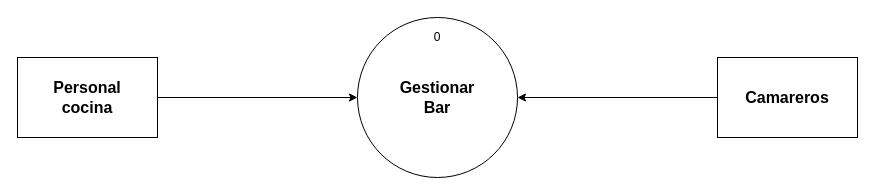
Above: 02_Entornos de desarrollo/UT_3/UT_3_ejercicios/Gestion_Bar.drawio in antgomper/Curso_23-24_DAW (draw.io), before the change. Source tidied: cells renumbered, new cells numbered last; positions are measured from the earlier drawing's top-left corner, leaving out a move shared by most shapes. Both pictures are drawn from the tidied source at 100%, with x=0, y=0 at pixel (17, 17).
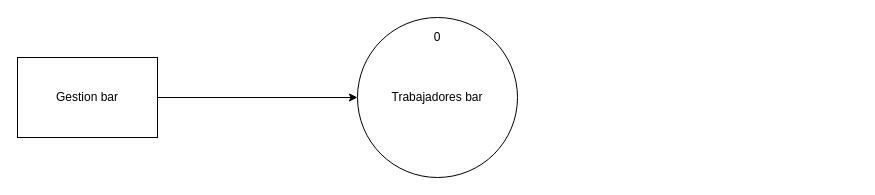
The same diagram, later.

Change to the diagram source:
```diff
@@
 <mxGraphModel>
   <root>
     <mxCell id="0" />
     <mxCell id="1" parent="0" />
-    <mxCell id="2" value="&lt;div&gt;&lt;font style=&quot;font-size: 16px;&quot;&gt;&lt;b&gt;Gestionar&lt;/b&gt;&lt;/font&gt;&lt;/div&gt;&lt;div&gt;&lt;font style=&quot;font-size: 16px;&quot;&gt;&lt;b&gt;Bar&lt;/b&gt;&lt;/font&gt;&lt;/div&gt;" style="ellipse;whiteSpace=wrap;html=1;" parent="1" vertex="1">
+    <mxCell id="2" value="Trabajadores bar" style="ellipse;whiteSpace=wrap;html=1;" parent="1" vertex="1">
       <mxGeometry x="340" width="160" height="160" as="geometry" />
     </mxCell>
-    <mxCell id="3" value="&lt;div&gt;&lt;b&gt;&lt;font style=&quot;font-size: 16px;&quot;&gt;Personal &lt;br&gt;&lt;/font&gt;&lt;/b&gt;&lt;/div&gt;&lt;div&gt;&lt;b&gt;&lt;font style=&quot;font-size: 16px;&quot;&gt;cocina&lt;/font&gt;&lt;/b&gt;&lt;/div&gt;" style="rounded=0;whiteSpace=wrap;html=1;" parent="1" vertex="1">
+    <mxCell id="3" value="Gestion bar" style="rounded=0;whiteSpace=wrap;html=1;" parent="1" vertex="1">
       <mxGeometry y="40" width="140" height="80" as="geometry" />
     </mxCell>
     <mxCell id="4" style="endArrow=classic;html=1;rounded=0;exitX=1;exitY=0.5;exitDx=0;exitDy=0;" parent="1" edge="1" source="3" target="2">
       <mxGeometry relative="1" as="geometry" />
     </mxCell>
-    <mxCell id="5" value="&lt;div&gt;&lt;b&gt;&lt;font style=&quot;font-size: 16px;&quot;&gt;Camareros&lt;/font&gt;&lt;/b&gt;&lt;/div&gt;" style="rounded=0;whiteSpace=wrap;html=1;" parent="1" vertex="1">
-      <mxGeometry x="700" y="40" width="140" height="80" as="geometry" />
-    </mxCell>
-    <mxCell id="6" style="edgeStyle=orthogonalEdgeStyle;rounded=0;jettySize=auto;html=1;exitX=0;exitY=0.5;exitDx=0;exitDy=0;entryX=1;entryY=0.5;entryDx=0;entryDy=0;" parent="1" edge="1" source="5" target="2">
-      <mxGeometry relative="1" as="geometry" />
-    </mxCell>
     <mxCell id="7" value="0" style="text;html=1;strokeColor=none;fillColor=none;align=center;verticalAlign=middle;whiteSpace=wrap;rounded=0;" parent="1" vertex="1">
       <mxGeometry x="405" y="10" width="30" height="20" as="geometry" />
     </mxCell>
   </root>
 </mxGraphModel>
```
